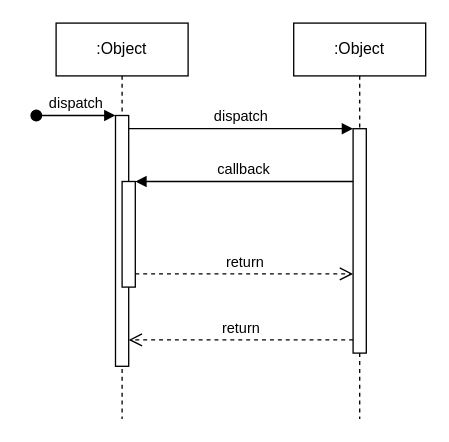
The draw.io diagram 公司Push对接流程.drawio in milletzhu/datasource, before the edit. Source tidied: cells renumbered, new cells numbered last; positions are measured from the earlier drawing's top-left corner, leaving out a move shared by most shapes. Both pictures are drawn from the tidied source at 132%, with x=0, y=0 at pixel (36, 22).
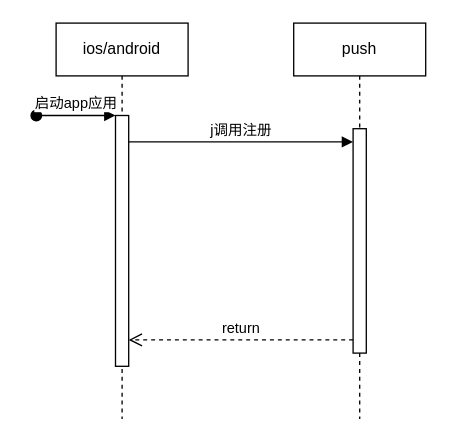
After the change.

Commit message:
更新公司Push对接流程.drawio

Diff of the diagram source:
```diff
@@
 <mxGraphModel>
   <root>
     <mxCell id="0" />
     <mxCell id="1" parent="0" />
-    <mxCell id="2" value=":Object" style="shape=umlLifeline;perimeter=lifelinePerimeter;whiteSpace=wrap;html=1;newEdgeStyle={&quot;edgeStyle&quot;:&quot;elbowEdgeStyle&quot;,&quot;elbow&quot;:&quot;vertical&quot;,&quot;curved&quot;:0,&quot;rounded&quot;:0};" parent="1" vertex="1">
+    <mxCell id="2" value="ios/android" style="shape=umlLifeline;perimeter=lifelinePerimeter;whiteSpace=wrap;html=1;newEdgeStyle={&quot;edgeStyle&quot;:&quot;elbowEdgeStyle&quot;,&quot;elbow&quot;:&quot;vertical&quot;,&quot;curved&quot;:0,&quot;rounded&quot;:0};" parent="1" vertex="1">
       <mxGeometry x="15" width="100" height="300" as="geometry" />
     </mxCell>
     <mxCell id="3" style="html=1;points=[];perimeter=orthogonalPerimeter;outlineConnect=0;targetShapes=umlLifeline;portConstraint=eastwest;newEdgeStyle={&quot;edgeStyle&quot;:&quot;elbowEdgeStyle&quot;,&quot;elbow&quot;:&quot;vertical&quot;,&quot;curved&quot;:0,&quot;rounded&quot;:0};" parent="2" vertex="1">
       <mxGeometry x="45" y="70" width="10" height="190" as="geometry" />
     </mxCell>
-    <mxCell id="4" value="dispatch" style="html=1;verticalAlign=bottom;startArrow=oval;endArrow=block;startSize=8;edgeStyle=elbowEdgeStyle;elbow=vertical;curved=0;rounded=0;" parent="2" edge="1" target="3">
+    <mxCell id="4" value="启动app应用" style="html=1;verticalAlign=bottom;startArrow=oval;endArrow=block;startSize=8;edgeStyle=elbowEdgeStyle;elbow=vertical;curved=0;rounded=0;" parent="2" edge="1" target="3">
       <mxGeometry relative="1" as="geometry">
         <mxPoint x="-15" y="70" as="sourcePoint" />
       </mxGeometry>
     </mxCell>
-    <mxCell id="5" style="html=1;points=[];perimeter=orthogonalPerimeter;outlineConnect=0;targetShapes=umlLifeline;portConstraint=eastwest;newEdgeStyle={&quot;edgeStyle&quot;:&quot;elbowEdgeStyle&quot;,&quot;elbow&quot;:&quot;vertical&quot;,&quot;curved&quot;:0,&quot;rounded&quot;:0};" parent="2" vertex="1">
-      <mxGeometry x="50" y="120" width="10" height="80" as="geometry" />
-    </mxCell>
-    <mxCell id="6" value=":Object" style="shape=umlLifeline;perimeter=lifelinePerimeter;whiteSpace=wrap;html=1;newEdgeStyle={&quot;edgeStyle&quot;:&quot;elbowEdgeStyle&quot;,&quot;elbow&quot;:&quot;vertical&quot;,&quot;curved&quot;:0,&quot;rounded&quot;:0};" parent="1" vertex="1">
+    <mxCell id="6" value="push" style="shape=umlLifeline;perimeter=lifelinePerimeter;whiteSpace=wrap;html=1;newEdgeStyle={&quot;edgeStyle&quot;:&quot;elbowEdgeStyle&quot;,&quot;elbow&quot;:&quot;vertical&quot;,&quot;curved&quot;:0,&quot;rounded&quot;:0};" parent="1" vertex="1">
       <mxGeometry x="195" width="100" height="300" as="geometry" />
     </mxCell>
     <mxCell id="7" style="html=1;points=[];perimeter=orthogonalPerimeter;outlineConnect=0;targetShapes=umlLifeline;portConstraint=eastwest;newEdgeStyle={&quot;edgeStyle&quot;:&quot;elbowEdgeStyle&quot;,&quot;elbow&quot;:&quot;vertical&quot;,&quot;curved&quot;:0,&quot;rounded&quot;:0};" parent="6" vertex="1">
       <mxGeometry x="45" y="80" width="10" height="170" as="geometry" />
     </mxCell>
-    <mxCell id="8" value="dispatch" style="html=1;verticalAlign=bottom;endArrow=block;edgeStyle=elbowEdgeStyle;elbow=vertical;curved=0;rounded=0;" parent="1" edge="1" source="3" target="7">
+    <mxCell id="8" value="j调用注册" style="html=1;verticalAlign=bottom;endArrow=block;edgeStyle=elbowEdgeStyle;elbow=vertical;curved=0;rounded=0;" parent="1" edge="1" source="3" target="7">
       <mxGeometry relative="1" as="geometry">
         <Array as="points">
-          <mxPoint x="155" y="80" />
+          <mxPoint x="165" y="90" />
         </Array>
       </mxGeometry>
     </mxCell>
     <mxCell id="9" value="return" style="html=1;verticalAlign=bottom;endArrow=open;dashed=1;endSize=8;edgeStyle=elbowEdgeStyle;elbow=vertical;curved=0;rounded=0;" parent="1" edge="1" source="7" target="3">
       <mxGeometry relative="1" as="geometry">
         <Array as="points">
           <mxPoint x="165" y="240" />
         </Array>
       </mxGeometry>
     </mxCell>
-    <mxCell id="10" value="callback" style="html=1;verticalAlign=bottom;endArrow=block;edgeStyle=elbowEdgeStyle;elbow=vertical;curved=0;rounded=0;" parent="1" edge="1" source="7" target="5">
-      <mxGeometry relative="1" as="geometry">
-        <Array as="points">
-          <mxPoint x="165" y="120" />
-        </Array>
-      </mxGeometry>
-    </mxCell>
-    <mxCell id="11" value="return" style="html=1;verticalAlign=bottom;endArrow=open;dashed=1;endSize=8;edgeStyle=elbowEdgeStyle;elbow=vertical;curved=0;rounded=0;" parent="1" edge="1" source="5" target="7">
-      <mxGeometry relative="1" as="geometry">
-        <Array as="points">
-          <mxPoint x="155" y="190" />
-        </Array>
-      </mxGeometry>
-    </mxCell>
   </root>
 </mxGraphModel>
```
